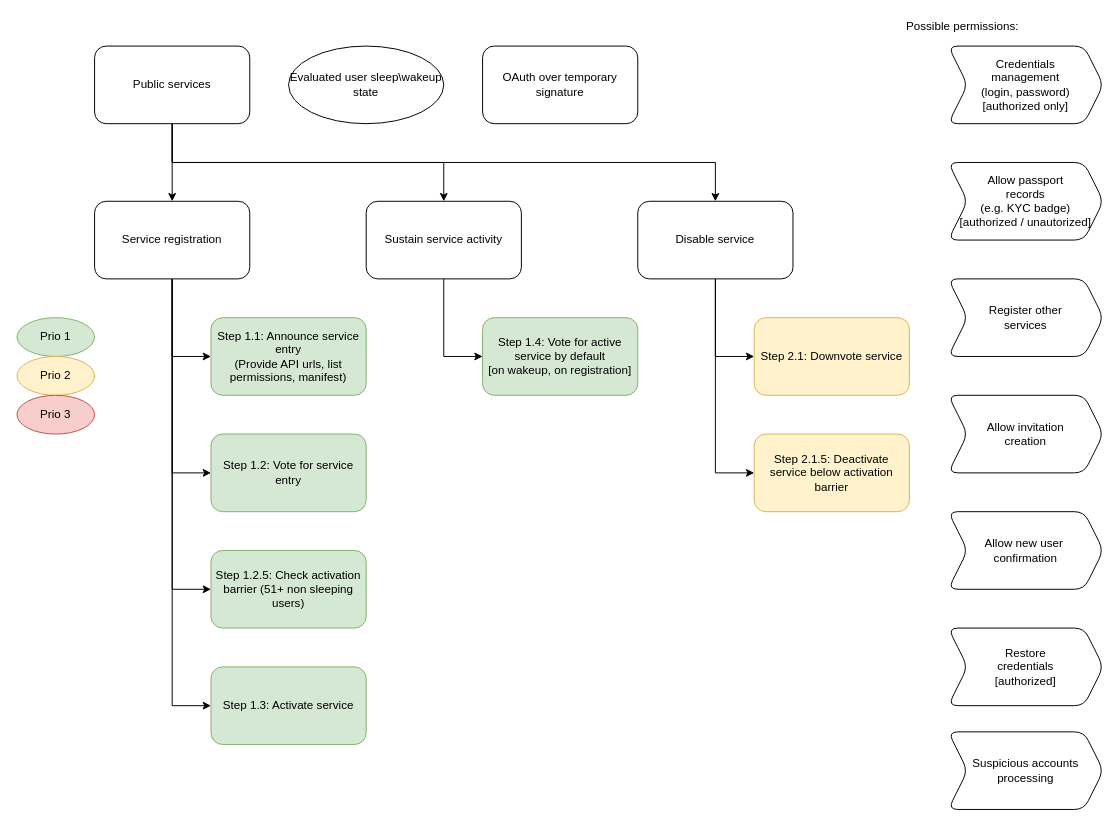
Above: page "B: Public services" (3 of 6) of architecture/crdesign.drawio in markvandal/ds.info (draw.io), before the change. Source tidied: cells renumbered, new cells numbered last; positions are measured from the earlier drawing's top-left corner, leaving out a move shared by most shapes. Both pictures are drawn from the tidied source at 97%, with x=0, y=0 at pixel (16, 16).
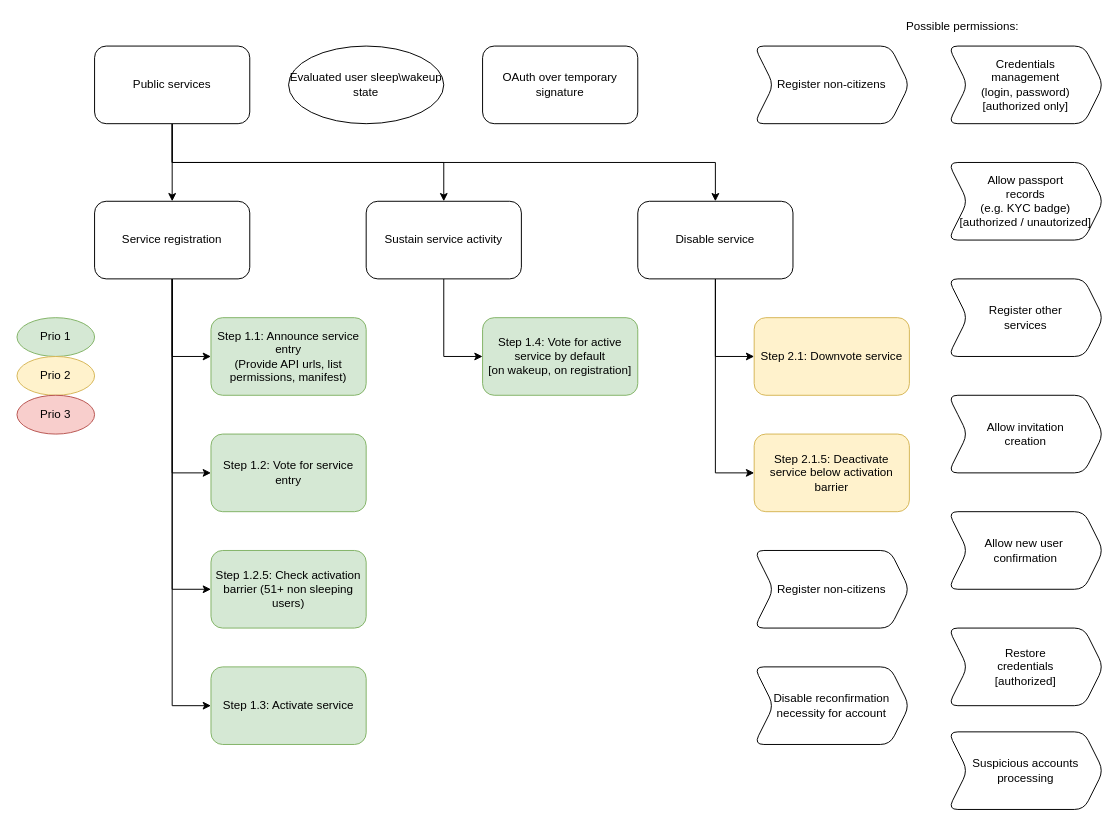
Above is the later version.

Diff of the diagram source:
```diff
@@
+    <mxCell id="36" value="Register non-citizens" style="shape=step;perimeter=stepPerimeter;whiteSpace=wrap;html=1;fixedSize=1;rounded=1;" parent="1" vertex="1">
+      <mxGeometry x="760" y="30" width="160" height="80" as="geometry" />
+    </mxCell>
+    <mxCell id="37" value="Register non-citizens" style="shape=step;perimeter=stepPerimeter;whiteSpace=wrap;html=1;fixedSize=1;rounded=1;" parent="1" vertex="1">
+      <mxGeometry x="760" y="550" width="160" height="80" as="geometry" />
+    </mxCell>
+    <mxCell id="38" value="Disable reconfirmation necessity for account" style="shape=step;perimeter=stepPerimeter;whiteSpace=wrap;html=1;fixedSize=1;rounded=1;" parent="1" vertex="1">
+      <mxGeometry x="760" y="670" width="160" height="80" as="geometry" />
+    </mxCell>
```
